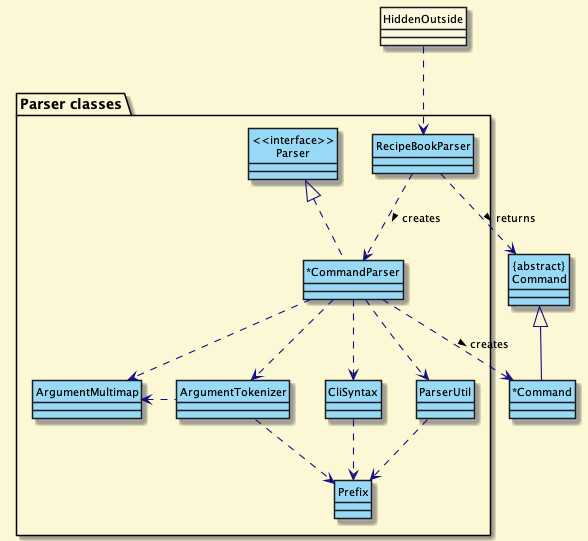
yusufaine/tp keeps this PlantUML diagram as docs/umlDiagrams/img/ParserClasses.png. Above is the earlier version. Source of this version:
```plantuml
@startuml
!define DARKSTYLE2
!include style.puml
hide circle
skinparam arrowThickness 1.1
skinparam arrowColor LOGIC_COLOR_T4
skinparam classBackgroundColor LOGIC_COLOR
skinparam classFontColor Black

Class "{abstract}\nCommand" as Command
Class "*Command"

package "Parser classes"{
Class "<<interface>>\nParser" as Parser
Class RecipeBookParser
Class "*CommandParser"
Class CliSyntax
Class ParserUtil
Class ArgumentMultimap
Class ArgumentTokenizer
Class Prefix
}

Class HiddenOutside #faf8de
HiddenOutside ..> RecipeBookParser

RecipeBookParser .down.> "*CommandParser": creates >

"*CommandParser" ..> "*Command" : creates >
RecipeBookParser ..> Command : returns >
"*CommandParser" .up.|> Parser
"*CommandParser" ..> ArgumentMultimap
"*CommandParser" ..> ArgumentTokenizer
ArgumentTokenizer .left.> ArgumentMultimap
"*CommandParser" ..> CliSyntax
CliSyntax ..> Prefix
"*CommandParser" ..> ParserUtil
ParserUtil .down.> Prefix
ArgumentTokenizer .down.> Prefix
"*Command" -up-|> Command
@enduml
```
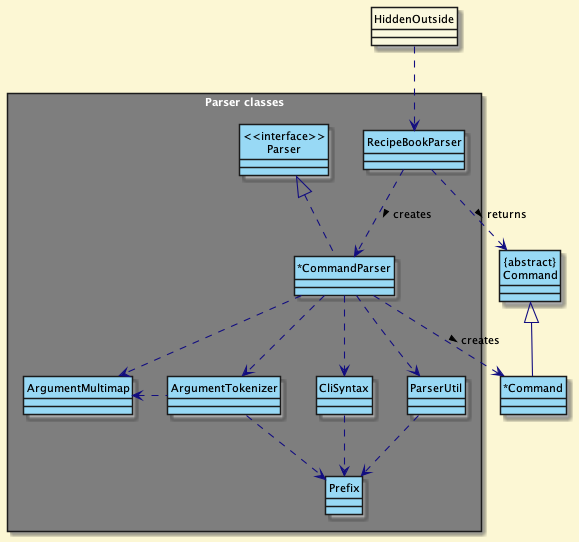
Above is the later version.

Commit message:
update architecture parserClass diagrams

What changed in the source:
```diff
@@ -6,11 +6,12 @@
 skinparam arrowColor LOGIC_COLOR_T4
 skinparam classBackgroundColor LOGIC_COLOR
 skinparam classFontColor Black
+skinparam rectanglefontcolor white
 
 Class "{abstract}\nCommand" as Command
 Class "*Command"
 
-package "Parser classes"{
+package "Parser classes" <<>Rectangle>>{
 Class "<<interface>>\nParser" as Parser
 Class RecipeBookParser
 Class "*CommandParser"
```
